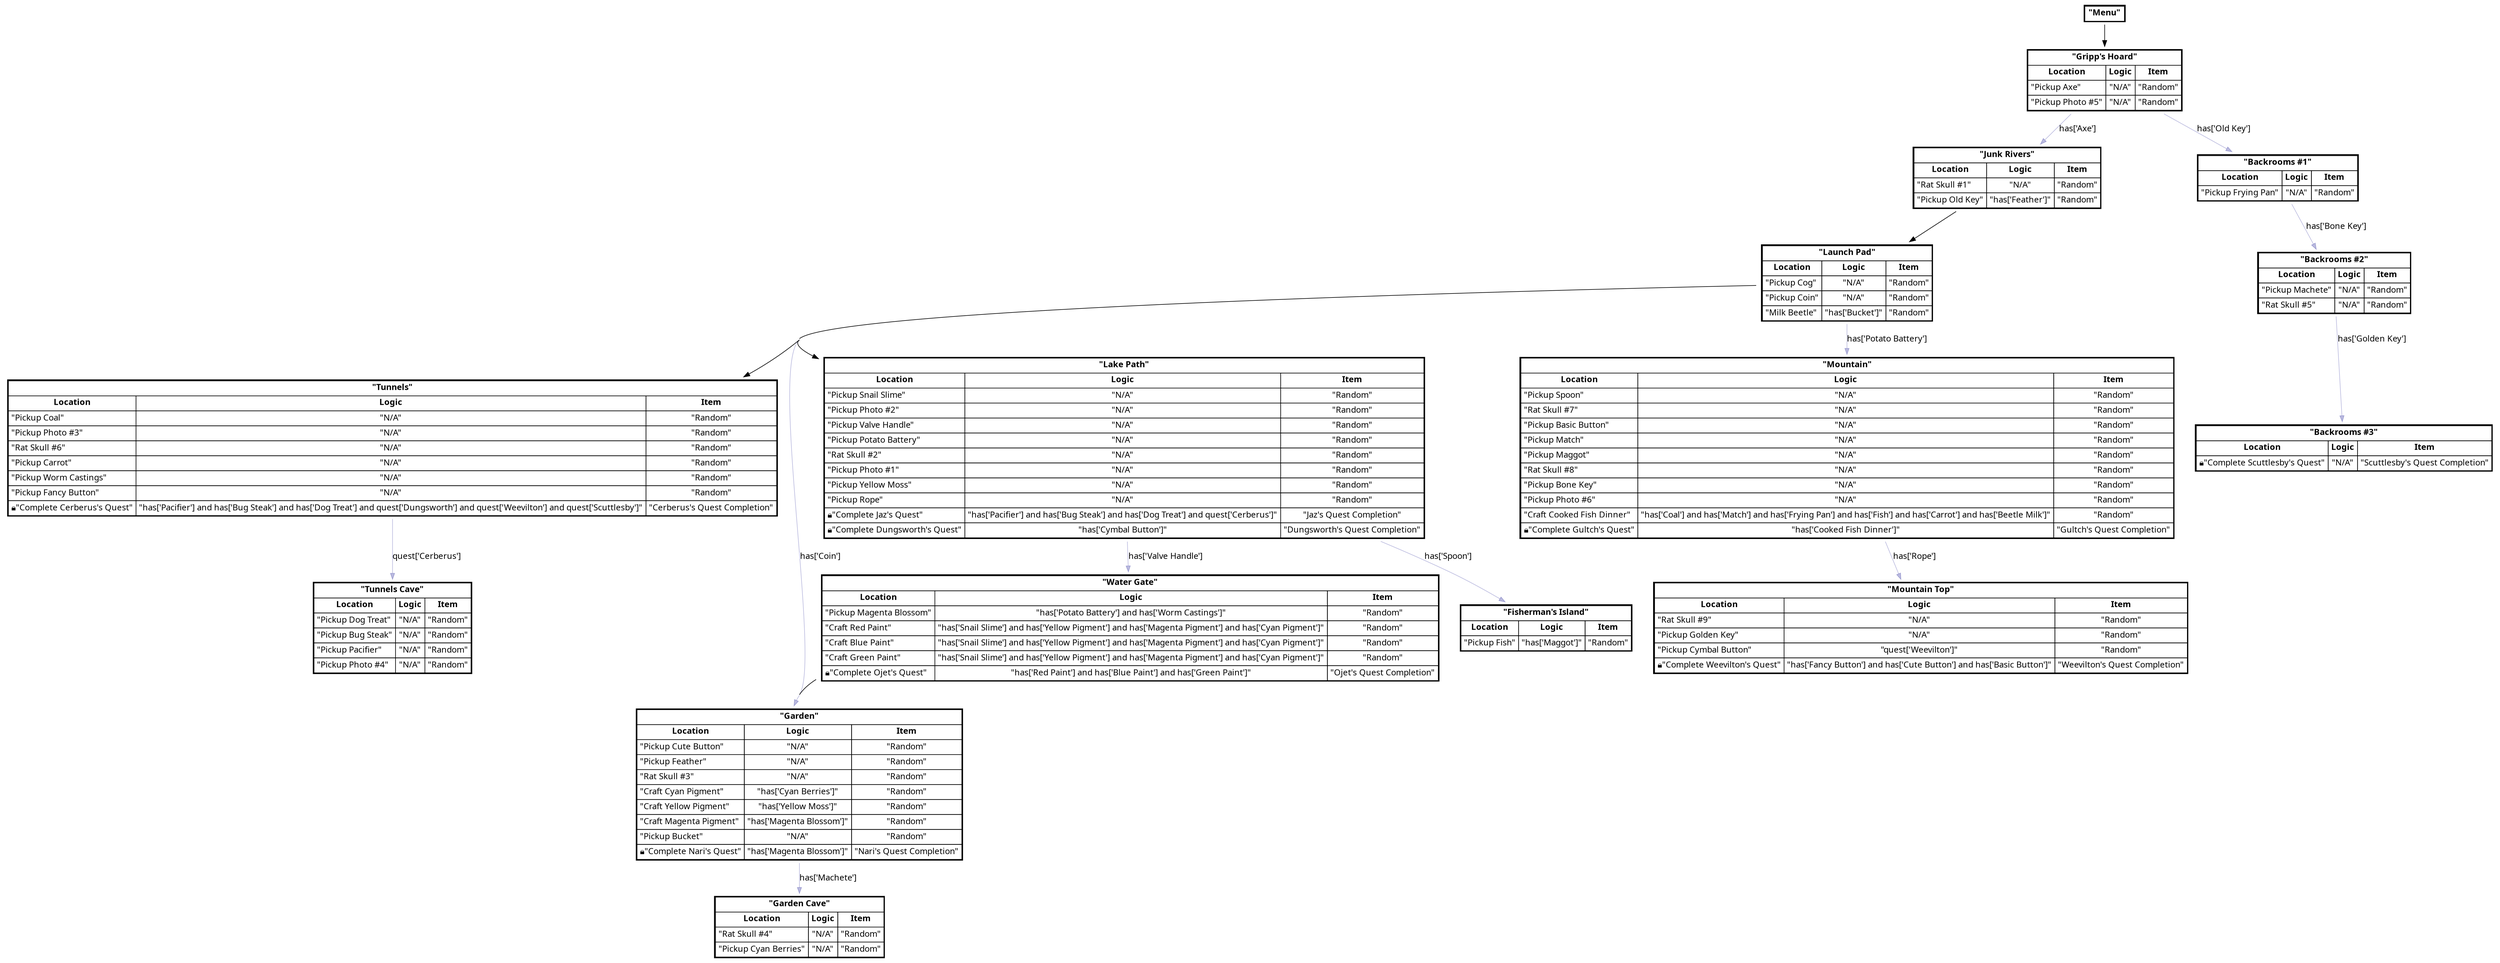
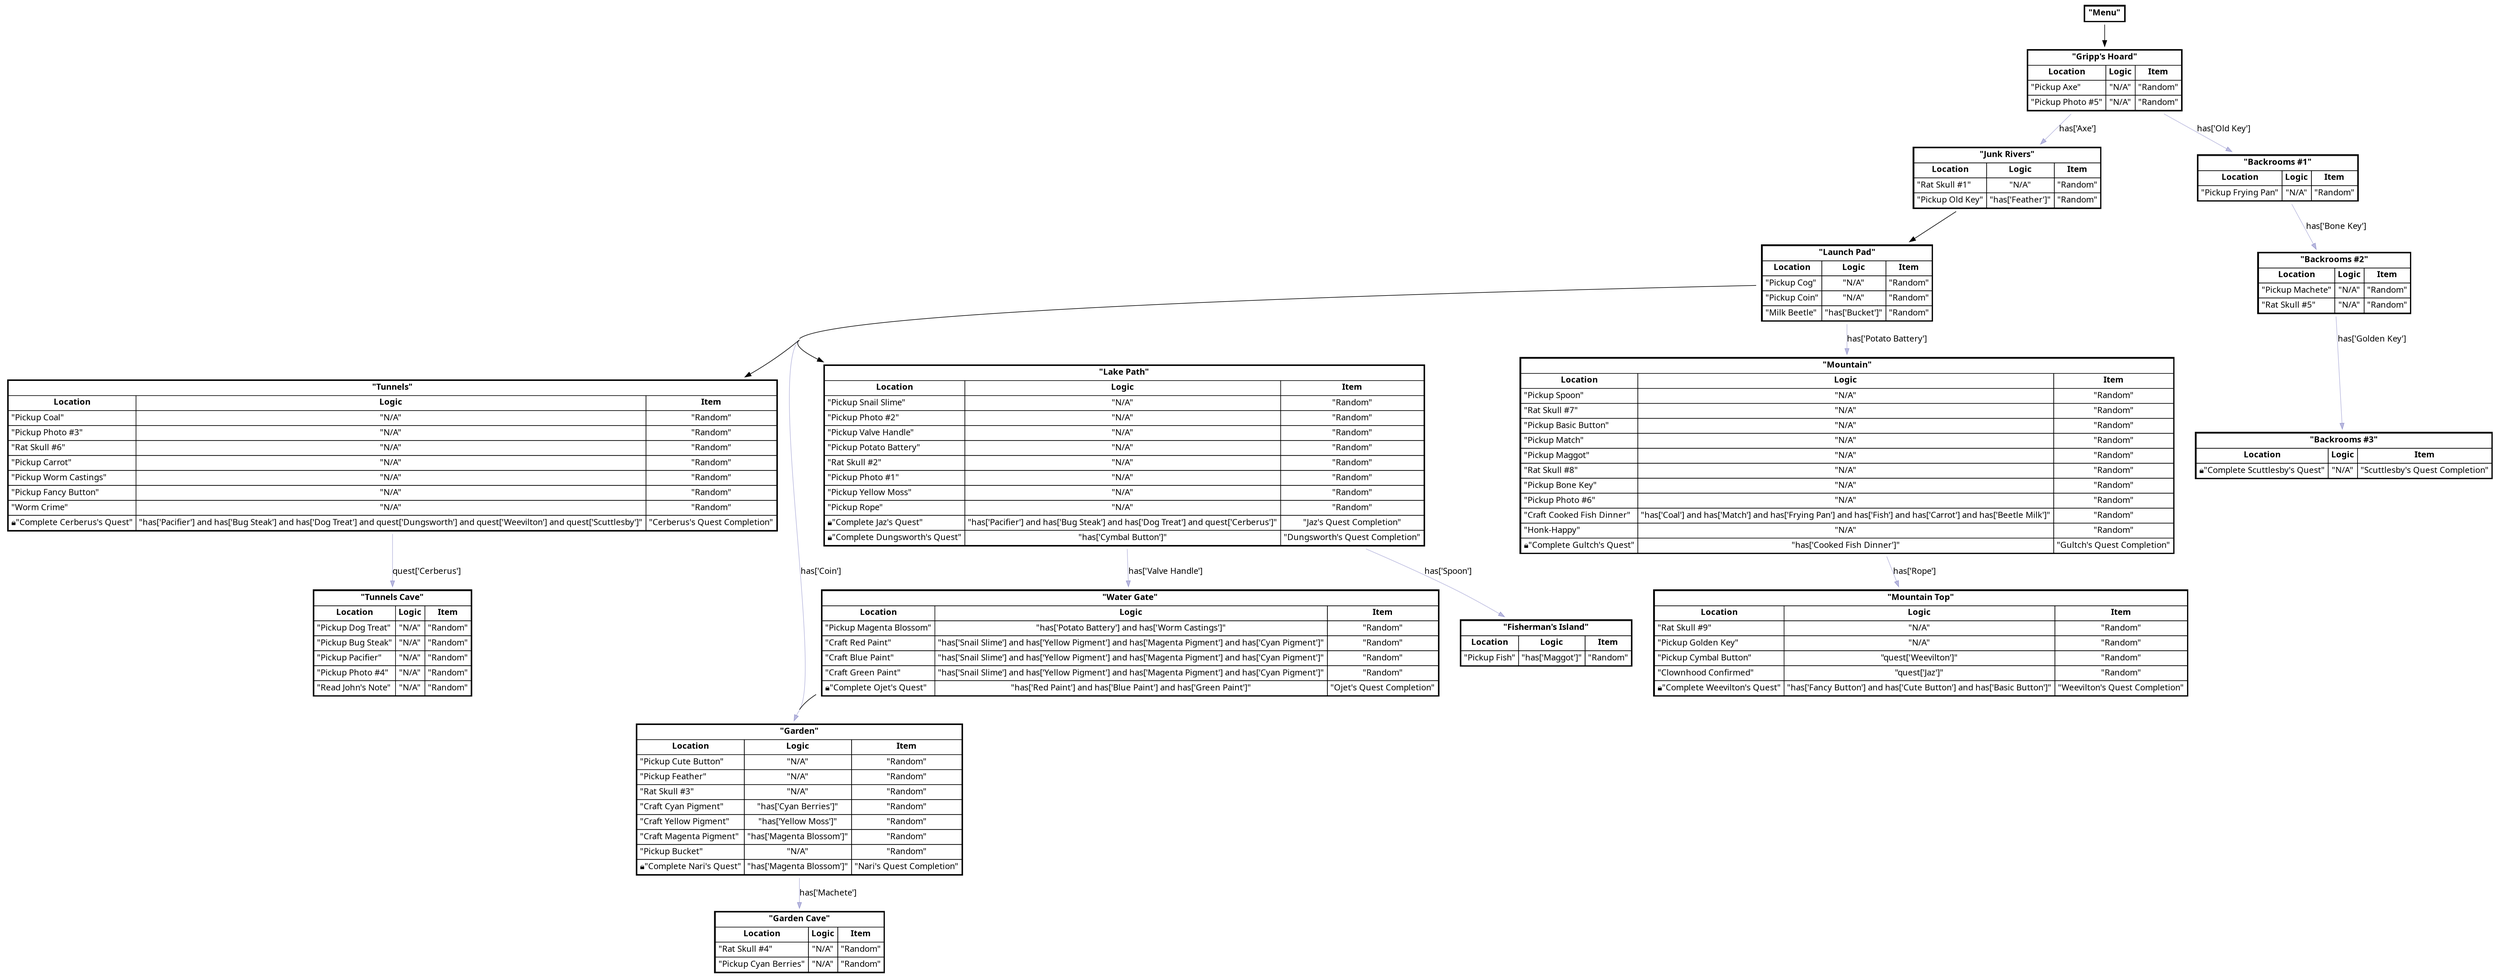
digraph Poco {
concentrate=True
rankdir=TB;
node [shape=none]
graph [fontname = "monocraft"];
node [fontname = "monocraft"];
edge [fontname = "monocraft"];"Menu" [label=<<table border="2" cellborder="1" cellspacing="0" cellpadding="4"><tr> <td colspan = "3"><b>"Menu"</b></td></tr></table>>]
"Gripp's Hoard" [label=<<table border="2" cellborder="1" cellspacing="0" cellpadding="4"><tr> <td colspan = "3"><b>"Gripp's Hoard"</b></td></tr><tr><td><b>Location</b></td><td><b>Logic</b></td><td><b>Item</b></td></tr><tr><td align="left">"Pickup Axe"</td><td>"N/A"</td><td>"Random"</td></tr><tr><td align="left">"Pickup Photo #5"</td><td>"N/A"</td><td>"Random"</td></tr></table>>]
"Junk Rivers" [label=<<table border="2" cellborder="1" cellspacing="0" cellpadding="4"><tr> <td colspan = "3"><b>"Junk Rivers"</b></td></tr><tr><td><b>Location</b></td><td><b>Logic</b></td><td><b>Item</b></td></tr><tr><td align="left">"Rat Skull #1"</td><td>"N/A"</td><td>"Random"</td></tr><tr><td align="left">"Pickup Old Key"</td><td>"has['Feather']"</td><td>"Random"</td></tr></table>>]
"Launch Pad" [label=<<table border="2" cellborder="1" cellspacing="0" cellpadding="4"><tr> <td colspan = "3"><b>"Launch Pad"</b></td></tr><tr><td><b>Location</b></td><td><b>Logic</b></td><td><b>Item</b></td></tr><tr><td align="left">"Pickup Cog"</td><td>"N/A"</td><td>"Random"</td></tr><tr><td align="left">"Pickup Coin"</td><td>"N/A"</td><td>"Random"</td></tr><tr><td align="left">"Milk Beetle"</td><td>"has['Bucket']"</td><td>"Random"</td></tr></table>>]
- "Tunnels" [label=<<table border="2" cellborder="1" cellspacing="0" cellpadding="4"><tr> <td colspan = "3"><b>"Tunnels"</b></td></tr><tr><td><b>Location</b></td><td><b>Logic</b></td><td><b>Item</b></td></tr><tr><td align="left">"Pickup Coal"</td><td>"N/A"</td><td>"Random"</td></tr><tr><td align="left">"Pickup Photo #3"</td><td>"N/A"</td><td>"Random"</td></tr><tr><td align="left">"Rat Skull #6"</td><td>"N/A"</td><td>"Random"</td></tr><tr><td align="left">"Pickup Carrot"</td><td>"N/A"</td><td>"Random"</td></tr><tr><td align="left">"Pickup Worm Castings"</td><td>"N/A"</td><td>"Random"</td></tr><tr><td align="left">"Pickup Fancy Button"</td><td>"N/A"</td><td>"Random"</td></tr><tr><td align="left">🔒"Complete Cerberus's Quest"</td><td>"has['Pacifier'] and has['Bug Steak'] and has['Dog Treat'] and quest['Dungsworth'] and quest['Weevilton'] and quest['Scuttlesby']"</td><td>"Cerberus's Quest Completion"</td></tr></table>>]
+ "Tunnels" [label=<<table border="2" cellborder="1" cellspacing="0" cellpadding="4"><tr> <td colspan = "3"><b>"Tunnels"</b></td></tr><tr><td><b>Location</b></td><td><b>Logic</b></td><td><b>Item</b></td></tr><tr><td align="left">"Pickup Coal"</td><td>"N/A"</td><td>"Random"</td></tr><tr><td align="left">"Pickup Photo #3"</td><td>"N/A"</td><td>"Random"</td></tr><tr><td align="left">"Rat Skull #6"</td><td>"N/A"</td><td>"Random"</td></tr><tr><td align="left">"Pickup Carrot"</td><td>"N/A"</td><td>"Random"</td></tr><tr><td align="left">"Pickup Worm Castings"</td><td>"N/A"</td><td>"Random"</td></tr><tr><td align="left">"Pickup Fancy Button"</td><td>"N/A"</td><td>"Random"</td></tr><tr><td align="left">"Worm Crime"</td><td>"N/A"</td><td>"Random"</td></tr><tr><td align="left">🔒"Complete Cerberus's Quest"</td><td>"has['Pacifier'] and has['Bug Steak'] and has['Dog Treat'] and quest['Dungsworth'] and quest['Weevilton'] and quest['Scuttlesby']"</td><td>"Cerberus's Quest Completion"</td></tr></table>>]
"Garden" [label=<<table border="2" cellborder="1" cellspacing="0" cellpadding="4"><tr> <td colspan = "3"><b>"Garden"</b></td></tr><tr><td><b>Location</b></td><td><b>Logic</b></td><td><b>Item</b></td></tr><tr><td align="left">"Pickup Cute Button"</td><td>"N/A"</td><td>"Random"</td></tr><tr><td align="left">"Pickup Feather"</td><td>"N/A"</td><td>"Random"</td></tr><tr><td align="left">"Rat Skull #3"</td><td>"N/A"</td><td>"Random"</td></tr><tr><td align="left">"Craft Cyan Pigment"</td><td>"has['Cyan Berries']"</td><td>"Random"</td></tr><tr><td align="left">"Craft Yellow Pigment"</td><td>"has['Yellow Moss']"</td><td>"Random"</td></tr><tr><td align="left">"Craft Magenta Pigment"</td><td>"has['Magenta Blossom']"</td><td>"Random"</td></tr><tr><td align="left">"Pickup Bucket"</td><td>"N/A"</td><td>"Random"</td></tr><tr><td align="left">🔒"Complete Nari's Quest"</td><td>"has['Magenta Blossom']"</td><td>"Nari's Quest Completion"</td></tr></table>>]
"Lake Path" [label=<<table border="2" cellborder="1" cellspacing="0" cellpadding="4"><tr> <td colspan = "3"><b>"Lake Path"</b></td></tr><tr><td><b>Location</b></td><td><b>Logic</b></td><td><b>Item</b></td></tr><tr><td align="left">"Pickup Snail Slime"</td><td>"N/A"</td><td>"Random"</td></tr><tr><td align="left">"Pickup Photo #2"</td><td>"N/A"</td><td>"Random"</td></tr><tr><td align="left">"Pickup Valve Handle"</td><td>"N/A"</td><td>"Random"</td></tr><tr><td align="left">"Pickup Potato Battery"</td><td>"N/A"</td><td>"Random"</td></tr><tr><td align="left">"Rat Skull #2"</td><td>"N/A"</td><td>"Random"</td></tr><tr><td align="left">"Pickup Photo #1"</td><td>"N/A"</td><td>"Random"</td></tr><tr><td align="left">"Pickup Yellow Moss"</td><td>"N/A"</td><td>"Random"</td></tr><tr><td align="left">"Pickup Rope"</td><td>"N/A"</td><td>"Random"</td></tr><tr><td align="left">🔒"Complete Jaz's Quest"</td><td>"has['Pacifier'] and has['Bug Steak'] and has['Dog Treat'] and quest['Cerberus']"</td><td>"Jaz's Quest Completion"</td></tr><tr><td align="left">🔒"Complete Dungsworth's Quest"</td><td>"has['Cymbal Button']"</td><td>"Dungsworth's Quest Completion"</td></tr></table>>]
"Water Gate" [label=<<table border="2" cellborder="1" cellspacing="0" cellpadding="4"><tr> <td colspan = "3"><b>"Water Gate"</b></td></tr><tr><td><b>Location</b></td><td><b>Logic</b></td><td><b>Item</b></td></tr><tr><td align="left">"Pickup Magenta Blossom"</td><td>"has['Potato Battery'] and has['Worm Castings']"</td><td>"Random"</td></tr><tr><td align="left">"Craft Red Paint"</td><td>"has['Snail Slime'] and has['Yellow Pigment'] and has['Magenta Pigment'] and has['Cyan Pigment']"</td><td>"Random"</td></tr><tr><td align="left">"Craft Blue Paint"</td><td>"has['Snail Slime'] and has['Yellow Pigment'] and has['Magenta Pigment'] and has['Cyan Pigment']"</td><td>"Random"</td></tr><tr><td align="left">"Craft Green Paint"</td><td>"has['Snail Slime'] and has['Yellow Pigment'] and has['Magenta Pigment'] and has['Cyan Pigment']"</td><td>"Random"</td></tr><tr><td align="left">🔒"Complete Ojet's Quest"</td><td>"has['Red Paint'] and has['Blue Paint'] and has['Green Paint']"</td><td>"Ojet's Quest Completion"</td></tr></table>>]
- "Mountain" [label=<<table border="2" cellborder="1" cellspacing="0" cellpadding="4"><tr> <td colspan = "3"><b>"Mountain"</b></td></tr><tr><td><b>Location</b></td><td><b>Logic</b></td><td><b>Item</b></td></tr><tr><td align="left">"Pickup Spoon"</td><td>"N/A"</td><td>"Random"</td></tr><tr><td align="left">"Rat Skull #7"</td><td>"N/A"</td><td>"Random"</td></tr><tr><td align="left">"Pickup Basic Button"</td><td>"N/A"</td><td>"Random"</td></tr><tr><td align="left">"Pickup Match"</td><td>"N/A"</td><td>"Random"</td></tr><tr><td align="left">"Pickup Maggot"</td><td>"N/A"</td><td>"Random"</td></tr><tr><td align="left">"Rat Skull #8"</td><td>"N/A"</td><td>"Random"</td></tr><tr><td align="left">"Pickup Bone Key"</td><td>"N/A"</td><td>"Random"</td></tr><tr><td align="left">"Pickup Photo #6"</td><td>"N/A"</td><td>"Random"</td></tr><tr><td align="left">"Craft Cooked Fish Dinner"</td><td>"has['Coal'] and has['Match'] and has['Frying Pan'] and has['Fish'] and has['Carrot'] and has['Beetle Milk']"</td><td>"Random"</td></tr><tr><td align="left">🔒"Complete Gultch's Quest"</td><td>"has['Cooked Fish Dinner']"</td><td>"Gultch's Quest Completion"</td></tr></table>>]
+ "Mountain" [label=<<table border="2" cellborder="1" cellspacing="0" cellpadding="4"><tr> <td colspan = "3"><b>"Mountain"</b></td></tr><tr><td><b>Location</b></td><td><b>Logic</b></td><td><b>Item</b></td></tr><tr><td align="left">"Pickup Spoon"</td><td>"N/A"</td><td>"Random"</td></tr><tr><td align="left">"Rat Skull #7"</td><td>"N/A"</td><td>"Random"</td></tr><tr><td align="left">"Pickup Basic Button"</td><td>"N/A"</td><td>"Random"</td></tr><tr><td align="left">"Pickup Match"</td><td>"N/A"</td><td>"Random"</td></tr><tr><td align="left">"Pickup Maggot"</td><td>"N/A"</td><td>"Random"</td></tr><tr><td align="left">"Rat Skull #8"</td><td>"N/A"</td><td>"Random"</td></tr><tr><td align="left">"Pickup Bone Key"</td><td>"N/A"</td><td>"Random"</td></tr><tr><td align="left">"Pickup Photo #6"</td><td>"N/A"</td><td>"Random"</td></tr><tr><td align="left">"Craft Cooked Fish Dinner"</td><td>"has['Coal'] and has['Match'] and has['Frying Pan'] and has['Fish'] and has['Carrot'] and has['Beetle Milk']"</td><td>"Random"</td></tr><tr><td align="left">"Honk-Happy"</td><td>"N/A"</td><td>"Random"</td></tr><tr><td align="left">🔒"Complete Gultch's Quest"</td><td>"has['Cooked Fish Dinner']"</td><td>"Gultch's Quest Completion"</td></tr></table>>]
"Fisherman's Island" [label=<<table border="2" cellborder="1" cellspacing="0" cellpadding="4"><tr> <td colspan = "3"><b>"Fisherman's Island"</b></td></tr><tr><td><b>Location</b></td><td><b>Logic</b></td><td><b>Item</b></td></tr><tr><td align="left">"Pickup Fish"</td><td>"has['Maggot']"</td><td>"Random"</td></tr></table>>]
"Backrooms #1" [label=<<table border="2" cellborder="1" cellspacing="0" cellpadding="4"><tr> <td colspan = "3"><b>"Backrooms #1"</b></td></tr><tr><td><b>Location</b></td><td><b>Logic</b></td><td><b>Item</b></td></tr><tr><td align="left">"Pickup Frying Pan"</td><td>"N/A"</td><td>"Random"</td></tr></table>>]
"Backrooms #2" [label=<<table border="2" cellborder="1" cellspacing="0" cellpadding="4"><tr> <td colspan = "3"><b>"Backrooms #2"</b></td></tr><tr><td><b>Location</b></td><td><b>Logic</b></td><td><b>Item</b></td></tr><tr><td align="left">"Pickup Machete"</td><td>"N/A"</td><td>"Random"</td></tr><tr><td align="left">"Rat Skull #5"</td><td>"N/A"</td><td>"Random"</td></tr></table>>]
"Backrooms #3" [label=<<table border="2" cellborder="1" cellspacing="0" cellpadding="4"><tr> <td colspan = "3"><b>"Backrooms #3"</b></td></tr><tr><td><b>Location</b></td><td><b>Logic</b></td><td><b>Item</b></td></tr><tr><td align="left">🔒"Complete Scuttlesby's Quest"</td><td>"N/A"</td><td>"Scuttlesby's Quest Completion"</td></tr></table>>]
"Garden Cave" [label=<<table border="2" cellborder="1" cellspacing="0" cellpadding="4"><tr> <td colspan = "3"><b>"Garden Cave"</b></td></tr><tr><td><b>Location</b></td><td><b>Logic</b></td><td><b>Item</b></td></tr><tr><td align="left">"Rat Skull #4"</td><td>"N/A"</td><td>"Random"</td></tr><tr><td align="left">"Pickup Cyan Berries"</td><td>"N/A"</td><td>"Random"</td></tr></table>>]
- "Mountain Top" [label=<<table border="2" cellborder="1" cellspacing="0" cellpadding="4"><tr> <td colspan = "3"><b>"Mountain Top"</b></td></tr><tr><td><b>Location</b></td><td><b>Logic</b></td><td><b>Item</b></td></tr><tr><td align="left">"Rat Skull #9"</td><td>"N/A"</td><td>"Random"</td></tr><tr><td align="left">"Pickup Golden Key"</td><td>"N/A"</td><td>"Random"</td></tr><tr><td align="left">"Pickup Cymbal Button"</td><td>"quest['Weevilton']"</td><td>"Random"</td></tr><tr><td align="left">🔒"Complete Weevilton's Quest"</td><td>"has['Fancy Button'] and has['Cute Button'] and has['Basic Button']"</td><td>"Weevilton's Quest Completion"</td></tr></table>>]
- "Tunnels Cave" [label=<<table border="2" cellborder="1" cellspacing="0" cellpadding="4"><tr> <td colspan = "3"><b>"Tunnels Cave"</b></td></tr><tr><td><b>Location</b></td><td><b>Logic</b></td><td><b>Item</b></td></tr><tr><td align="left">"Pickup Dog Treat"</td><td>"N/A"</td><td>"Random"</td></tr><tr><td align="left">"Pickup Bug Steak"</td><td>"N/A"</td><td>"Random"</td></tr><tr><td align="left">"Pickup Pacifier"</td><td>"N/A"</td><td>"Random"</td></tr><tr><td align="left">"Pickup Photo #4"</td><td>"N/A"</td><td>"Random"</td></tr></table>>]
+ "Mountain Top" [label=<<table border="2" cellborder="1" cellspacing="0" cellpadding="4"><tr> <td colspan = "3"><b>"Mountain Top"</b></td></tr><tr><td><b>Location</b></td><td><b>Logic</b></td><td><b>Item</b></td></tr><tr><td align="left">"Rat Skull #9"</td><td>"N/A"</td><td>"Random"</td></tr><tr><td align="left">"Pickup Golden Key"</td><td>"N/A"</td><td>"Random"</td></tr><tr><td align="left">"Pickup Cymbal Button"</td><td>"quest['Weevilton']"</td><td>"Random"</td></tr><tr><td align="left">"Clownhood Confirmed"</td><td>"quest['Jaz']"</td><td>"Random"</td></tr><tr><td align="left">🔒"Complete Weevilton's Quest"</td><td>"has['Fancy Button'] and has['Cute Button'] and has['Basic Button']"</td><td>"Weevilton's Quest Completion"</td></tr></table>>]
+ "Tunnels Cave" [label=<<table border="2" cellborder="1" cellspacing="0" cellpadding="4"><tr> <td colspan = "3"><b>"Tunnels Cave"</b></td></tr><tr><td><b>Location</b></td><td><b>Logic</b></td><td><b>Item</b></td></tr><tr><td align="left">"Pickup Dog Treat"</td><td>"N/A"</td><td>"Random"</td></tr><tr><td align="left">"Pickup Bug Steak"</td><td>"N/A"</td><td>"Random"</td></tr><tr><td align="left">"Pickup Pacifier"</td><td>"N/A"</td><td>"Random"</td></tr><tr><td align="left">"Pickup Photo #4"</td><td>"N/A"</td><td>"Random"</td></tr><tr><td align="left">"Read John's Note"</td><td>"N/A"</td><td>"Random"</td></tr></table>>]
"Menu" -> "Gripp's Hoard"
"Gripp's Hoard" -> "Junk Rivers" [label="has['Axe']" color="#00008844"]
"Gripp's Hoard" -> "Backrooms #1" [label="has['Old Key']" color="#00008844"]
"Junk Rivers" -> "Launch Pad"
"Launch Pad" -> "Tunnels"
"Launch Pad" -> "Garden" [label="has['Coin']" color="#00008844"]
"Launch Pad" -> "Lake Path"
"Launch Pad" -> "Mountain" [label="has['Potato Battery']" color="#00008844"]
"Tunnels" -> "Tunnels Cave" [label="quest['Cerberus']" color="#00008844"]
"Garden" -> "Garden Cave" [label="has['Machete']" color="#00008844"]
"Lake Path" -> "Water Gate" [label="has['Valve Handle']" color="#00008844"]
"Lake Path" -> "Fisherman's Island" [label="has['Spoon']" color="#00008844"]
"Water Gate" -> "Garden"
"Mountain" -> "Mountain Top" [label="has['Rope']" color="#00008844"]

"Backrooms #1" -> "Backrooms #2" [label="has['Bone Key']" color="#00008844"]
"Backrooms #2" -> "Backrooms #3" [label="has['Golden Key']" color="#00008844"]





}